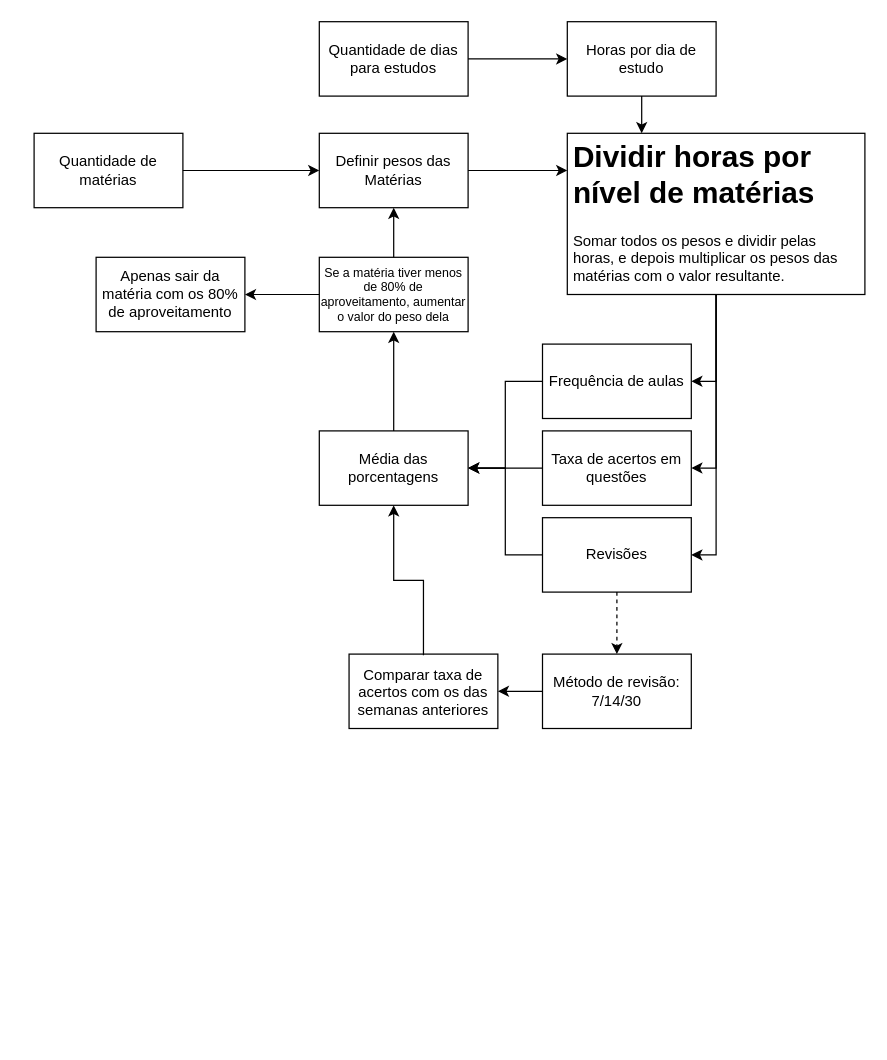
Tchaykovsky/Fluxogramas keeps this draw.io diagram as Diagrama sem nome.drawio. Above is the earlier version. Source tidied: cells renumbered, new cells numbered last; positions are measured from the earlier drawing's top-left corner, leaving out a move shared by most shapes. Both pictures are drawn from the tidied source at 124%, with x=0, y=0 at pixel (33, 21).
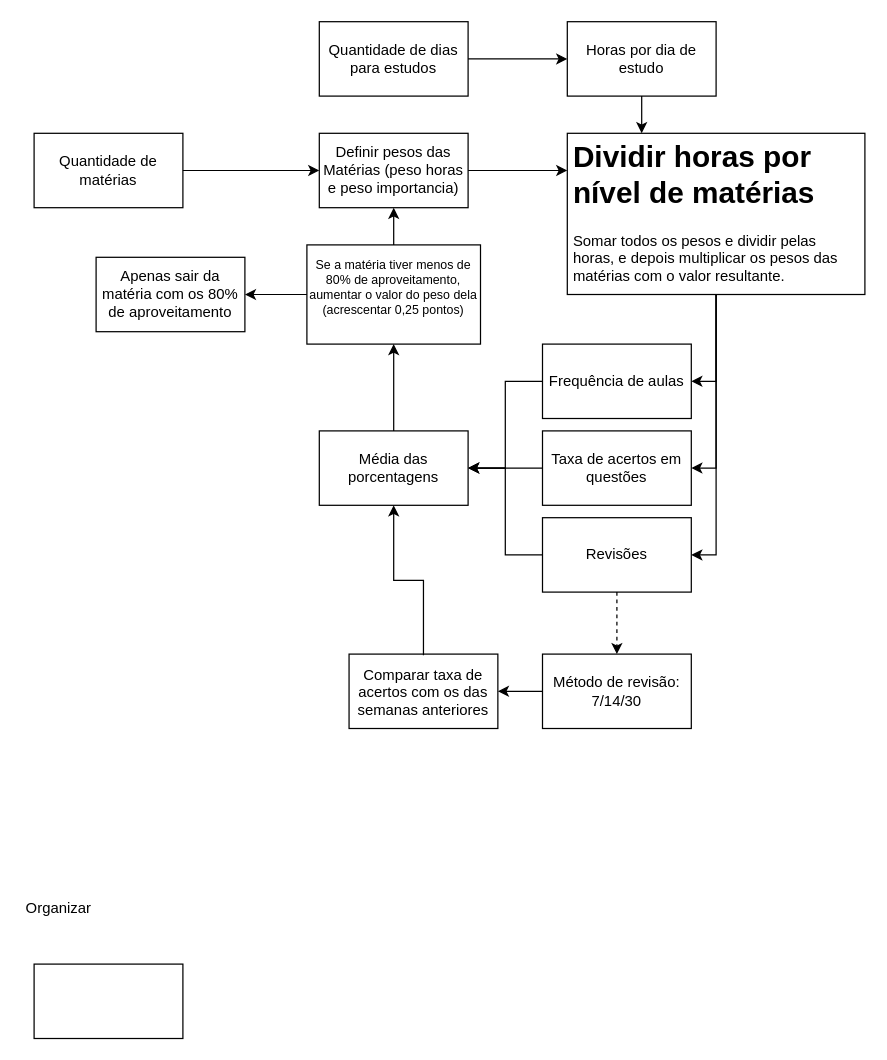
Above is the later version.

Diff of the diagram source:
```diff
@@
-    <mxCell id="7" value="Definir pesos das Matérias" style="text;html=1;strokeColor=none;fillColor=none;align=center;verticalAlign=middle;whiteSpace=wrap;rounded=0;" parent="1" vertex="1">
+    <mxCell id="7" value="Definir pesos das Matérias (peso horas e peso importancia)" style="text;html=1;strokeColor=none;fillColor=none;align=center;verticalAlign=middle;whiteSpace=wrap;rounded=0;" parent="1" vertex="1">
       <mxGeometry x="230" y="90" width="120" height="60" as="geometry" />
     </mxCell>
@@
     <mxCell id="19" style="rounded=0;whiteSpace=wrap;html=1;fontSize=10;" parent="1" vertex="1">
-      <mxGeometry x="230" y="190" width="120" height="60" as="geometry" />
+      <mxGeometry x="220" y="180" width="140" height="80" as="geometry" />
     </mxCell>
@@
-    <mxCell id="22" value="Se a matéria tiver menos de 80% de aproveitamento, aumentar o valor do peso dela" style="text;html=1;strokeColor=none;fillColor=none;align=center;verticalAlign=middle;whiteSpace=wrap;rounded=0;fontSize=10;" parent="1" vertex="1">
-      <mxGeometry x="230" y="190" width="120" height="60" as="geometry" />
+    <mxCell id="22" value="&lt;div&gt;Se a matéria tiver menos de 80% de aproveitamento, aumentar o valor do peso dela (acrescentar 0,25 pontos)&lt;/div&gt;&lt;div&gt;&lt;br&gt;&lt;/div&gt;" style="text;html=1;strokeColor=none;fillColor=none;align=center;verticalAlign=middle;whiteSpace=wrap;rounded=0;fontSize=10;" parent="1" vertex="1">
+      <mxGeometry x="220" y="180" width="140" height="80" as="geometry" />
     </mxCell>
@@
+    <mxCell id="44" style="rounded=0;whiteSpace=wrap;html=1;" parent="1" vertex="1">
+      <mxGeometry y="760" width="120" height="60" as="geometry" />
+    </mxCell>
+    <mxCell id="45" value="&lt;div&gt;Organizar&lt;/div&gt;" style="text;html=1;strokeColor=none;fillColor=none;align=center;verticalAlign=middle;whiteSpace=wrap;rounded=0;" parent="1" vertex="1">
+      <mxGeometry x="-10" y="700" width="60" height="30" as="geometry" />
+    </mxCell>
```
